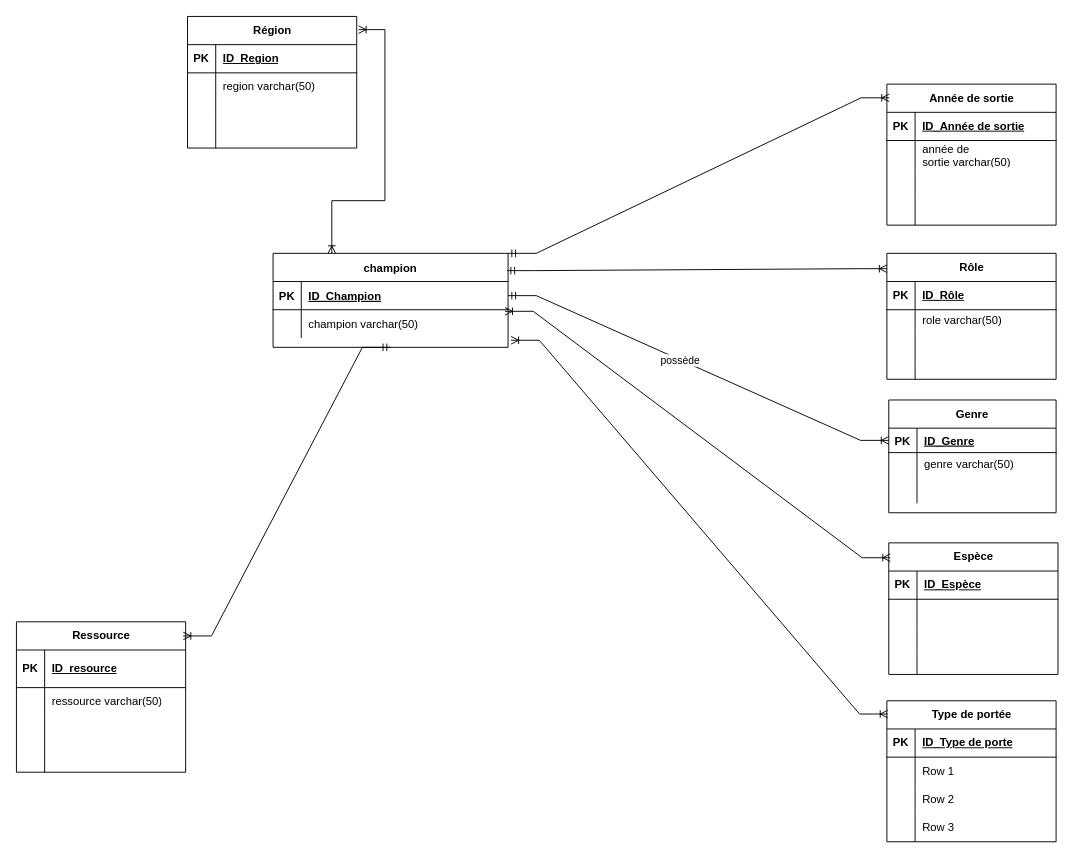
This is Diagramme sans nom.drawio from osman699/BTS2-CIEL-IR-MCD-2024-2025, a draw.io file, before an edit. Source tidied: cells renumbered, new cells numbered last; positions are measured from the earlier drawing's top-left corner, leaving out a move shared by most shapes. Both pictures are drawn from the tidied source at 94%, with x=0, y=0 at pixel (16, 16).
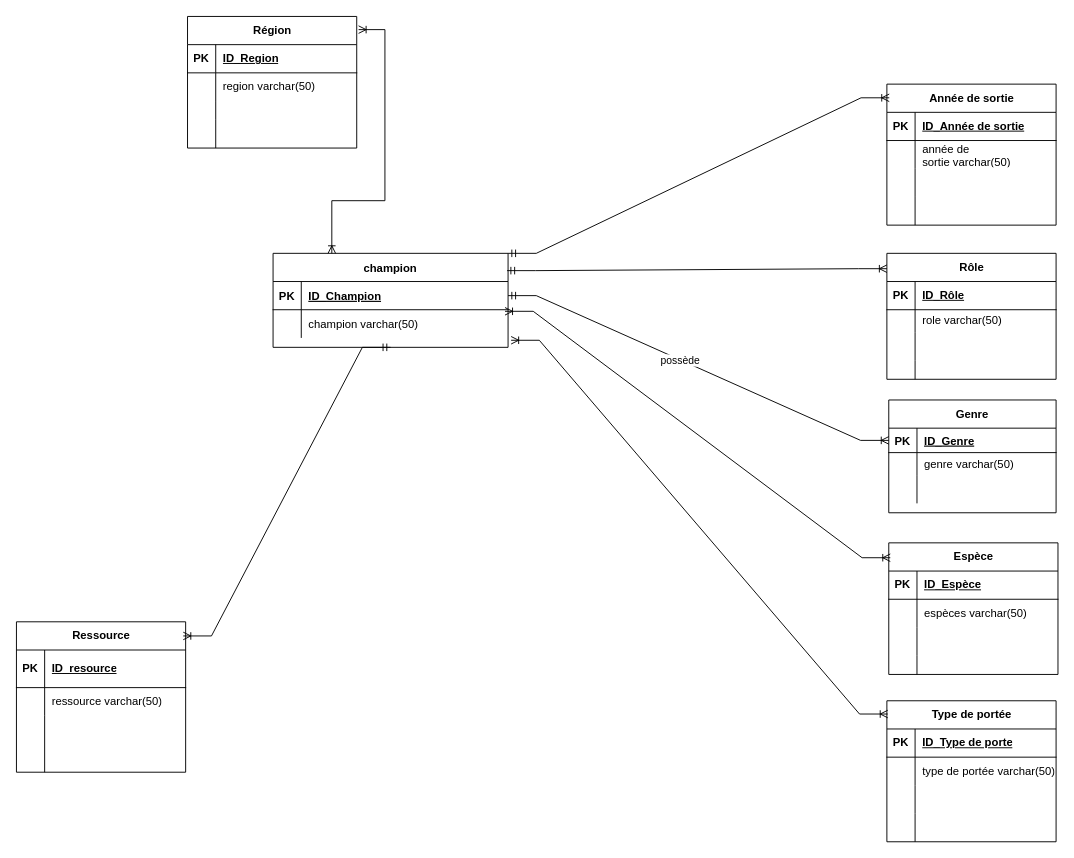
After the change.

Commit message (it also covers changes not shown here):
Mettre à jour Diagramme sans nom.drawio

The change refers to these unchanged cells:
```xml
<mxCell id="39" style="shape=tableRow;horizontal=0;startSize=0;swimlaneHead=0;swimlaneBody=0;fillColor=none;top=0;left=0;right=0;bottom=0;" parent="35" vertex="1">
  <mxGeometry y="60" width="180" height="30" as="geometry" />
</mxCell>
<mxCell id="67" style="shape=tableRow;horizontal=0;startSize=0;swimlaneHead=0;swimlaneBody=0;fillColor=none;top=0;left=0;right=0;bottom=0;" parent="63" vertex="1">
  <mxGeometry y="60" width="180" height="30" as="geometry" />
</mxCell>
<mxCell id="70" style="shape=tableRow;horizontal=0;startSize=0;swimlaneHead=0;swimlaneBody=0;fillColor=none;top=0;left=0;right=0;bottom=0;" parent="63" vertex="1">
  <mxGeometry y="90" width="180" height="30" as="geometry" />
</mxCell>
<mxCell id="73" style="shape=tableRow;horizontal=0;startSize=0;swimlaneHead=0;swimlaneBody=0;fillColor=none;top=0;left=0;right=0;bottom=0;" parent="63" vertex="1">
  <mxGeometry y="120" width="180" height="30" as="geometry" />
</mxCell>
```

What changed in the source:
```diff
@@
-    <mxCell id="41" style="shape=partialRectangle;fillColor=none;top=0;left=0;bottom=0;right=0;align=left;spacingLeft=6;overflow=hidden;whiteSpace=wrap;html=1;" parent="39" vertex="1">
+    <mxCell id="41" value="espèces&amp;nbsp;&lt;span style=&quot;text-wrap: nowrap;&quot;&gt;varchar(50)&lt;/span&gt;" style="shape=partialRectangle;fillColor=none;top=0;left=0;bottom=0;right=0;align=left;spacingLeft=6;overflow=hidden;whiteSpace=wrap;html=1;" parent="39" vertex="1">
       <mxGeometry x="30" width="150" height="30" as="geometry" />
     </mxCell>
@@
-    <mxCell id="69" value="Row 1" style="shape=partialRectangle;fillColor=none;top=0;left=0;bottom=0;right=0;align=left;spacingLeft=6;overflow=hidden;whiteSpace=wrap;html=1;" parent="67" vertex="1">
+    <mxCell id="69" value="&lt;span style=&quot;text-wrap: nowrap;&quot;&gt;type de portée varchar(50)&lt;/span&gt;" style="shape=partialRectangle;fillColor=none;top=0;left=0;bottom=0;right=0;align=left;spacingLeft=6;overflow=hidden;whiteSpace=wrap;html=1;" parent="67" vertex="1">
       <mxGeometry x="30" width="150" height="30" as="geometry" />
     </mxCell>
@@
-    <mxCell id="72" value="Row 2" style="shape=partialRectangle;fillColor=none;top=0;left=0;bottom=0;right=0;align=left;spacingLeft=6;overflow=hidden;whiteSpace=wrap;html=1;" parent="70" vertex="1">
+    <mxCell id="72" style="shape=partialRectangle;fillColor=none;top=0;left=0;bottom=0;right=0;align=left;spacingLeft=6;overflow=hidden;whiteSpace=wrap;html=1;" parent="70" vertex="1">
       <mxGeometry x="30" width="150" height="30" as="geometry" />
     </mxCell>
@@
-    <mxCell id="75" value="Row 3" style="shape=partialRectangle;fillColor=none;top=0;left=0;bottom=0;right=0;align=left;spacingLeft=6;overflow=hidden;whiteSpace=wrap;html=1;" parent="73" vertex="1">
+    <mxCell id="75" style="shape=partialRectangle;fillColor=none;top=0;left=0;bottom=0;right=0;align=left;spacingLeft=6;overflow=hidden;whiteSpace=wrap;html=1;" parent="73" vertex="1">
       <mxGeometry x="30" width="150" height="30" as="geometry" />
     </mxCell>
```
